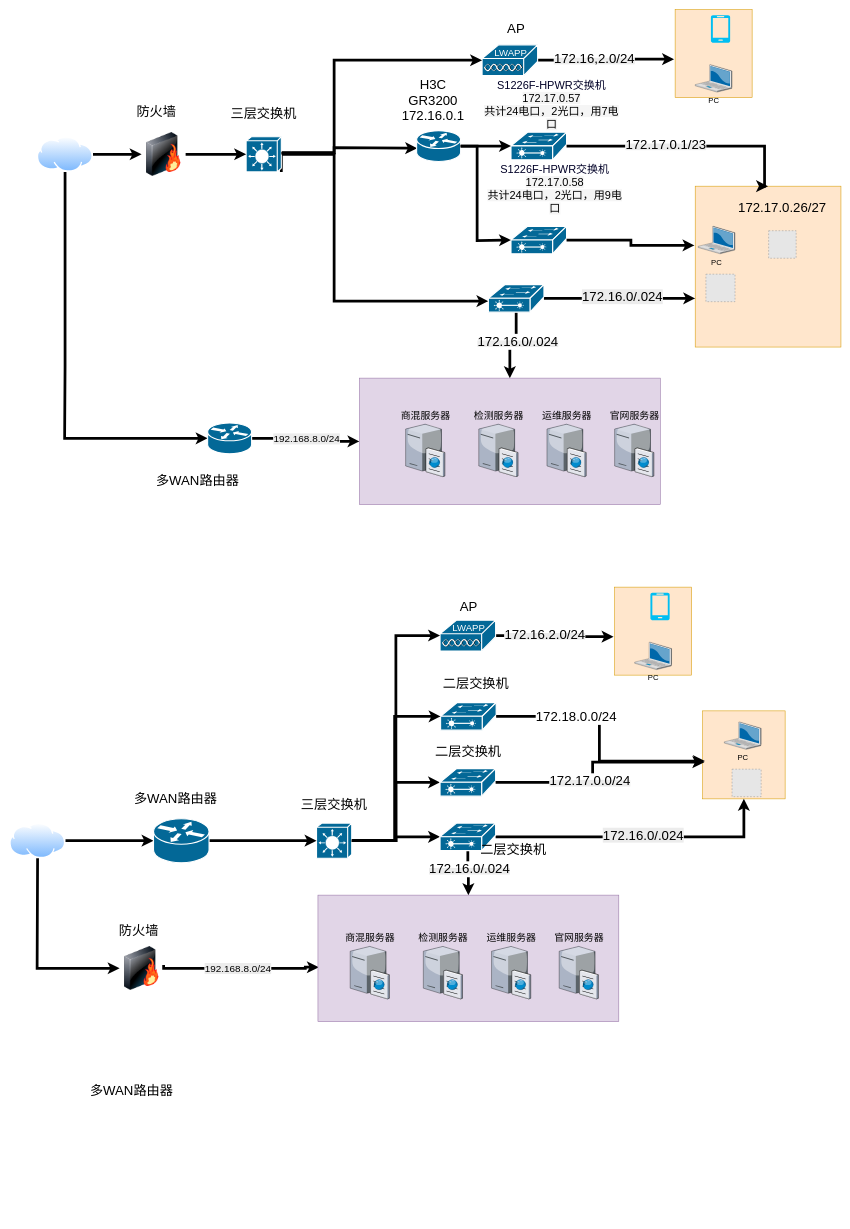
Above: 未命名绘图.drawio in NewStart2019/cardiac-segmentation (draw.io), before the change. Source tidied: cells renumbered, new cells numbered last; positions are measured from the earlier drawing's top-left corner, leaving out a move shared by most shapes. Both pictures are drawn from the tidied source at 55%, with x=0, y=0 at pixel (9, 9). Pictures stored in the file or linked from it are replaced by grey dashed boxes.
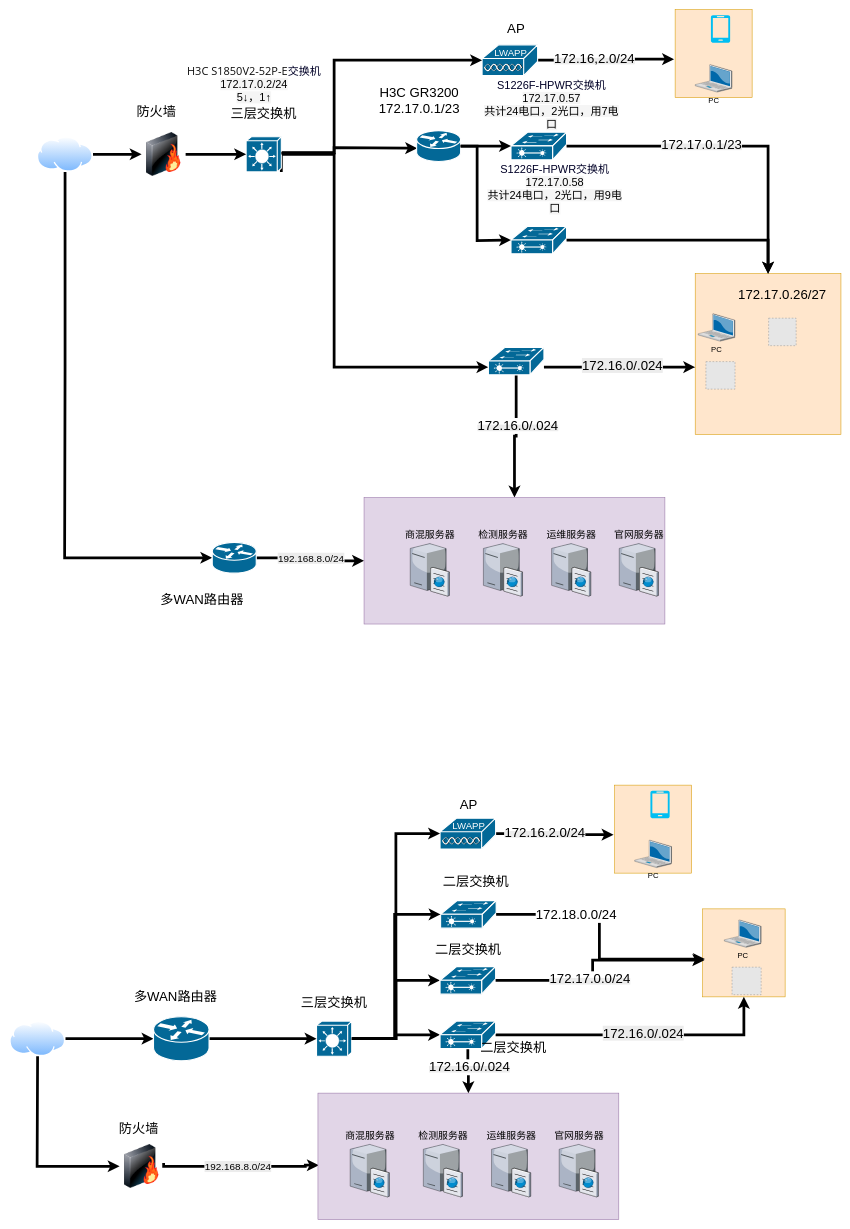
The same diagram, later.

Commit message (it also covers changes not shown here):
未命名绘图.drawio

The change refers to these unchanged cells:
```xml
<mxCell id="12" style="strokeColor=#ffffff;sketch=0;html=1;dashed=0;fillColor=#036897;strokeWidth=2;verticalLabelPosition=bottom;verticalAlign=top;align=center;outlineConnect=0;shape=mxgraph.cisco.switches.layer_3_switch;" parent="1" vertex="1">
  <mxGeometry x="430" y="231" width="64" height="64" as="geometry" />
</mxCell>
<mxCell id="15" style="strokeColor=#ffffff;sketch=0;html=1;dashed=0;fillColor=#036897;strokeWidth=2;verticalLabelPosition=bottom;verticalAlign=top;align=center;outlineConnect=0;shape=mxgraph.cisco.switches.layer_2_remote_switch;" parent="1" vertex="1">
  <mxGeometry x="911.6" y="223" width="101" height="50" as="geometry" />
</mxCell>
<mxCell id="92" style="strokeColor=#ffffff;sketch=0;html=1;dashed=0;fillColor=#036897;strokeWidth=2;verticalLabelPosition=bottom;verticalAlign=top;align=center;outlineConnect=0;shape=mxgraph.cisco.switches.layer_2_remote_switch;" parent="1" vertex="1">
  <mxGeometry x="911.6" y="394" width="101" height="50" as="geometry" />
</mxCell>
```

Diff of the diagram source:
```diff
@@
     <mxCell id="8" style="whiteSpace=wrap;html=1;fillColor=#ffe6cc;strokeColor=#d79b00;" parent="1" vertex="1">
-      <mxGeometry x="1246.5" y="321" width="265" height="292.5" as="geometry" />
+      <mxGeometry x="1246.5" y="480" width="265" height="292.5" as="geometry" />
     </mxCell>
@@
     <mxCell id="10" style="edgeStyle=orthogonalEdgeStyle;rounded=0;jettySize=auto;html=1;strokeWidth=5;" parent="1" edge="1" source="12" target="18">
       <mxGeometry relative="1" as="geometry">
         <Array as="points">
           <mxPoint x="590" y="263" />
-          <mxPoint x="590" y="530" />
+          <mxPoint x="590" y="650" />
         </Array>
       </mxGeometry>
     </mxCell>
@@
     <mxCell id="13" style="edgeStyle=orthogonalEdgeStyle;rounded=0;jettySize=auto;html=1;strokeWidth=5;" parent="1" edge="1" source="18" target="8">
       <mxGeometry relative="1" as="geometry">
         <Array as="points">
-          <mxPoint x="1160" y="525" />
-          <mxPoint x="1160" y="525" />
+          <mxPoint x="1150" y="650" />
+          <mxPoint x="1150" y="650" />
         </Array>
       </mxGeometry>
     </mxCell>
@@
     <mxCell id="18" style="strokeColor=#ffffff;sketch=0;html=1;dashed=0;fillColor=#036897;strokeWidth=2;verticalLabelPosition=bottom;verticalAlign=top;align=center;outlineConnect=0;shape=mxgraph.cisco.switches.layer_2_remote_switch;" parent="1" vertex="1">
-      <mxGeometry x="870.5" y="500" width="101" height="50" as="geometry" />
+      <mxGeometry x="870.5" y="614" width="101" height="50" as="geometry" />
     </mxCell>
@@
     <mxCell id="20" value="PC" style="verticalLabelPosition=bottom;html=1;verticalAlign=top;strokeColor=none;shape=mxgraph.citrix.laptop_2;fillColor=#66B2FF;gradientColor=#0066CC;fontSize=14;" parent="1" vertex="1">
-      <mxGeometry x="1251.9" y="394" width="67" height="50" as="geometry" />
+      <mxGeometry x="1251.9" y="553" width="67" height="50" as="geometry" />
     </mxCell>
@@
     <mxCell id="24" style="fillColor=#E6E6E6;strokeColor=#999999;dashed=1;html=1;verticalAlign=top;verticalLabelPosition=bottom;labelBackgroundColor=#ffffff;" parent="1" vertex="1">
-      <mxGeometry x="1266" y="481" width="52.9" height="50" as="geometry" />
+      <mxGeometry x="1266" y="640" width="52.9" height="50" as="geometry" />
     </mxCell>
@@
     <mxCell id="28" style="strokeColor=#ffffff;sketch=0;html=1;dashed=0;fillColor=#036897;strokeWidth=2;verticalLabelPosition=bottom;verticalAlign=top;align=center;outlineConnect=0;shape=mxgraph.cisco.routers.router;" parent="1" vertex="1">
-      <mxGeometry x="360" y="751.5" width="80" height="56" as="geometry" />
+      <mxGeometry x="368.4" y="968.6" width="80" height="56" as="geometry" />
     </mxCell>
     <mxCell id="29" style="whiteSpace=wrap;html=1;fillColor=#e1d5e7;strokeColor=#9673a6;" parent="1" vertex="1">
-      <mxGeometry x="636" y="670" width="547" height="230" as="geometry" />
+      <mxGeometry x="644.4" y="887.1" width="547" height="230" as="geometry" />
     </mxCell>
     <mxCell id="30" value="&lt;font style=&quot;font-size: 24px;&quot;&gt;多WAN路由器&lt;/font&gt;" style="text;html=1;whiteSpace=wrap;strokeColor=none;fillColor=none;align=center;verticalAlign=middle;rounded=0;" parent="1" vertex="1">
-      <mxGeometry x="261.6" y="840.5" width="160" height="30" as="geometry" />
+      <mxGeometry x="270" y="1057.6" width="160" height="30" as="geometry" />
     </mxCell>
     <mxCell id="31" value="&lt;font style=&quot;font-size: 18px&quot;&gt;商混服务器&lt;/font&gt;" style="verticalLabelPosition=top;html=1;verticalAlign=bottom;strokeColor=none;shape=mxgraph.citrix.cache_server;fillColor=#66B2FF;gradientColor=#0066CC;fontSize=14;labelPosition=center;align=center;" parent="1" vertex="1">
-      <mxGeometry x="720" y="751.5" width="71" height="97.5" as="geometry" />
+      <mxGeometry x="728.4" y="968.6" width="71" height="97.5" as="geometry" />
     </mxCell>
     <mxCell id="32" value="&lt;font style=&quot;font-size: 18px&quot;&gt;检测服务器&lt;/font&gt;" style="verticalLabelPosition=top;html=1;verticalAlign=bottom;strokeColor=none;shape=mxgraph.citrix.cache_server;fillColor=#66B2FF;gradientColor=#0066CC;fontSize=14;labelPosition=center;align=center;" parent="1" vertex="1">
-      <mxGeometry x="853" y="751.5" width="71" height="97.5" as="geometry" />
+      <mxGeometry x="861.4" y="968.6" width="71" height="97.5" as="geometry" />
     </mxCell>
     <mxCell id="33" value="&lt;font style=&quot;font-size: 18px&quot;&gt;运维服务器&lt;/font&gt;" style="verticalLabelPosition=top;html=1;verticalAlign=bottom;strokeColor=none;shape=mxgraph.citrix.cache_server;fillColor=#66B2FF;gradientColor=#0066CC;fontSize=14;labelPosition=center;align=center;" parent="1" vertex="1">
-      <mxGeometry x="977" y="751.5" width="71" height="97.5" as="geometry" />
+      <mxGeometry x="985.4" y="968.6" width="71" height="97.5" as="geometry" />
     </mxCell>
     <mxCell id="34" value="&lt;font style=&quot;font-size: 18px&quot;&gt;官网服务器&lt;/font&gt;" style="verticalLabelPosition=top;html=1;verticalAlign=bottom;strokeColor=none;shape=mxgraph.citrix.cache_server;fillColor=#66B2FF;gradientColor=#0066CC;fontSize=14;labelPosition=center;align=center;" parent="1" vertex="1">
-      <mxGeometry x="1100" y="751.5" width="71" height="97.5" as="geometry" />
+      <mxGeometry x="1108.4" y="968.6" width="71" height="97.5" as="geometry" />
     </mxCell>
@@
     <mxCell id="39" style="edgeStyle=orthogonalEdgeStyle;rounded=0;jettySize=auto;html=1;entryX=0.5;entryY=0;entryDx=0;entryDy=0;strokeWidth=5;exitX=1;exitY=0.5;exitDx=0;exitDy=0;exitPerimeter=0;" parent="1" edge="1" source="15" target="8">
       <mxGeometry relative="1" as="geometry">
         <Array as="points">
-          <mxPoint x="1372.6" y="248" />
+          <mxPoint x="1379" y="248" />
         </Array>
       </mxGeometry>
     </mxCell>
@@
     <mxCell id="41" style="edgeStyle=orthogonalEdgeStyle;rounded=0;jettySize=auto;html=1;strokeWidth=5;entryX=0;entryY=0.5;entryDx=0;entryDy=0;exitX=0.5;exitY=1;exitDx=0;exitDy=0;" parent="1" edge="1" source="42" target="48">
       <mxGeometry relative="1" as="geometry">
         <Array as="points">
-          <mxPoint x="50.8" y="1549.1" />
-          <mxPoint x="50" y="1870" />
+          <mxPoint x="50.8" y="1909.1" />
+          <mxPoint x="50" y="2230" />
         </Array>
       </mxGeometry>
     </mxCell>
     <mxCell id="42" style="perimeter=ellipsePerimeter;html=1;align=center;shadow=0;dashed=0;spacingTop=3;image;image=img/lib/active_directory/internet_cloud.svg;fontSize=18;" parent="1" vertex="1">
-      <mxGeometry y="1479" width="101.6" height="64" as="geometry" />
+      <mxGeometry y="1839" width="101.6" height="64" as="geometry" />
     </mxCell>
@@
     <mxCell id="45" style="edgeStyle=orthogonalEdgeStyle;rounded=0;jettySize=auto;html=1;strokeWidth=5;entryX=0;entryY=0.5;entryDx=0;entryDy=0;entryPerimeter=0;" parent="1" edge="1" source="42" target="67">
       <mxGeometry relative="1" as="geometry">
         <Array as="points">
-          <mxPoint x="230" y="1511" />
-          <mxPoint x="230" y="1511" />
+          <mxPoint x="230" y="1871" />
+          <mxPoint x="230" y="1871" />
         </Array>
       </mxGeometry>
     </mxCell>
     <mxCell id="46" value="&lt;span style=&quot;font-size: 24px;&quot;&gt;防火墙&lt;/span&gt;" style="text;html=1;whiteSpace=wrap;strokeColor=none;fillColor=none;align=center;verticalAlign=middle;rounded=0;" parent="1" vertex="1">
-      <mxGeometry x="190" y="1660" width="90" height="30" as="geometry" />
+      <mxGeometry x="190" y="2020" width="90" height="30" as="geometry" />
     </mxCell>
     <mxCell id="47" style="whiteSpace=wrap;html=1;fillColor=#ffe6cc;strokeColor=#d79b00;" parent="1" vertex="1">
-      <mxGeometry x="1260" y="1275" width="150" height="160" as="geometry" />
+      <mxGeometry x="1260" y="1635" width="150" height="160" as="geometry" />
     </mxCell>
     <mxCell id="48" style="image;html=1;image=img/lib/clip_art/networking/Firewall-page1_128x128.png;" parent="1" vertex="1">
-      <mxGeometry x="200" y="1703" width="80" height="80" as="geometry" />
+      <mxGeometry x="200" y="2063" width="80" height="80" as="geometry" />
     </mxCell>
@@
     <mxCell id="51" style="strokeColor=#ffffff;sketch=0;html=1;dashed=0;fillColor=#036897;strokeWidth=2;verticalLabelPosition=bottom;verticalAlign=top;align=center;outlineConnect=0;shape=mxgraph.cisco.switches.layer_3_switch;" parent="1" vertex="1">
-      <mxGeometry x="558" y="1479" width="64" height="64" as="geometry" />
+      <mxGeometry x="558" y="1839" width="64" height="64" as="geometry" />
     </mxCell>
@@
     <mxCell id="54" style="strokeColor=#ffffff;sketch=0;html=1;dashed=0;fillColor=#036897;strokeWidth=2;verticalLabelPosition=bottom;verticalAlign=top;align=center;outlineConnect=0;shape=mxgraph.cisco.switches.layer_2_remote_switch;" parent="1" vertex="1">
-      <mxGeometry x="782.6" y="1380" width="101" height="50" as="geometry" />
+      <mxGeometry x="782.6" y="1740" width="101" height="50" as="geometry" />
     </mxCell>
@@
     <mxCell id="57" style="strokeColor=#ffffff;sketch=0;html=1;dashed=0;fillColor=#036897;strokeWidth=2;verticalLabelPosition=bottom;verticalAlign=top;align=center;outlineConnect=0;shape=mxgraph.cisco.switches.layer_2_remote_switch;" parent="1" vertex="1">
-      <mxGeometry x="782.6" y="1479" width="101" height="50" as="geometry" />
+      <mxGeometry x="782.6" y="1839" width="101" height="50" as="geometry" />
     </mxCell>
@@
     <mxCell id="59" value="&lt;font style=&quot;font-size: 24px;&quot;&gt;三层交换机&lt;/font&gt;" style="text;html=1;whiteSpace=wrap;strokeColor=none;fillColor=none;align=center;verticalAlign=middle;rounded=0;" parent="1" vertex="1">
-      <mxGeometry x="520" y="1430" width="140" height="30" as="geometry" />
+      <mxGeometry x="520" y="1790" width="140" height="30" as="geometry" />
     </mxCell>
     <mxCell id="60" value="&lt;font style=&quot;font-size: 24px;&quot;&gt;二层交换机&lt;/font&gt;" style="text;html=1;whiteSpace=wrap;strokeColor=none;fillColor=none;align=center;verticalAlign=middle;rounded=0;" parent="1" vertex="1">
-      <mxGeometry x="770.1" y="1335" width="128" height="30" as="geometry" />
+      <mxGeometry x="770.1" y="1695" width="128" height="30" as="geometry" />
     </mxCell>
     <mxCell id="61" style="whiteSpace=wrap;html=1;fillColor=#ffe6cc;strokeColor=#d79b00;" parent="1" vertex="1">
-      <mxGeometry x="1100" y="1050" width="140" height="160" as="geometry" />
+      <mxGeometry x="1100" y="1410" width="140" height="160" as="geometry" />
     </mxCell>
     <mxCell id="62" style="fillColor=#E6E6E6;strokeColor=#999999;dashed=1;html=1;verticalAlign=top;verticalLabelPosition=bottom;labelBackgroundColor=#ffffff;" parent="1" vertex="1">
-      <mxGeometry x="1313.5" y="1381" width="52.9" height="50" as="geometry" />
+      <mxGeometry x="1313.5" y="1741" width="52.9" height="50" as="geometry" />
     </mxCell>
     <mxCell id="63" style="verticalLabelPosition=bottom;html=1;verticalAlign=top;align=center;strokeColor=none;fillColor=#00BEF2;shape=mxgraph.azure.mobile;fontSize=18;" parent="1" vertex="1">
-      <mxGeometry x="1165" y="1060" width="35" height="50" as="geometry" />
+      <mxGeometry x="1165" y="1420" width="35" height="50" as="geometry" />
     </mxCell>
     <mxCell id="64" value="&lt;font style=&quot;font-size: 24px;&quot;&gt;二层交换机&lt;/font&gt;" style="text;html=1;whiteSpace=wrap;strokeColor=none;fillColor=none;align=center;verticalAlign=middle;rounded=0;" parent="1" vertex="1">
-      <mxGeometry x="852.1" y="1513" width="128" height="30" as="geometry" />
+      <mxGeometry x="852.1" y="1873" width="128" height="30" as="geometry" />
     </mxCell>
     <mxCell id="65" style="edgeStyle=orthogonalEdgeStyle;rounded=0;jettySize=auto;html=1;strokeWidth=5;entryX=0.003;entryY=0.57;entryDx=0;entryDy=0;entryPerimeter=0;exitX=1;exitY=0.424;exitDx=0;exitDy=0;exitPerimeter=0;" parent="1" edge="1" source="48" target="68">
       <mxGeometry relative="1" as="geometry">
         <Array as="points">
-          <mxPoint x="280.1" y="1743.1" />
-          <mxPoint x="537.6" y="1743.1" />
+          <mxPoint x="280.1" y="2103.1" />
+          <mxPoint x="537.6" y="2103.1" />
         </Array>
       </mxGeometry>
     </mxCell>
@@
     <mxCell id="67" style="strokeColor=#ffffff;sketch=0;html=1;dashed=0;fillColor=#036897;strokeWidth=2;verticalLabelPosition=bottom;verticalAlign=top;align=center;outlineConnect=0;shape=mxgraph.cisco.routers.router;" parent="1" vertex="1">
-      <mxGeometry x="261.6" y="1471" width="101" height="80" as="geometry" />
+      <mxGeometry x="261.6" y="1831" width="101" height="80" as="geometry" />
     </mxCell>
     <mxCell id="68" style="whiteSpace=wrap;html=1;fillColor=#e1d5e7;strokeColor=#9673a6;" parent="1" vertex="1">
-      <mxGeometry x="560.6" y="1610" width="547" height="230" as="geometry" />
+      <mxGeometry x="560.6" y="1970" width="547" height="230" as="geometry" />
     </mxCell>
-    <mxCell id="69" value="&lt;font style=&quot;font-size: 24px;&quot;&gt;多WAN路由器&lt;/font&gt;" style="text;html=1;whiteSpace=wrap;strokeColor=none;fillColor=none;align=center;verticalAlign=middle;rounded=0;" parent="1" vertex="1">
-      <mxGeometry x="141.6" y="1950" width="160" height="30" as="geometry" />
-    </mxCell>
     <mxCell id="70" value="&lt;font style=&quot;font-size: 18px&quot;&gt;商混服务器&lt;/font&gt;" style="verticalLabelPosition=top;html=1;verticalAlign=bottom;strokeColor=none;shape=mxgraph.citrix.cache_server;fillColor=#66B2FF;gradientColor=#0066CC;fontSize=14;labelPosition=center;align=center;" parent="1" vertex="1">
-      <mxGeometry x="619.2" y="1701" width="71" height="97.5" as="geometry" />
+      <mxGeometry x="619.2" y="2061" width="71" height="97.5" as="geometry" />
     </mxCell>
     <mxCell id="71" value="&lt;font style=&quot;font-size: 18px&quot;&gt;检测服务器&lt;/font&gt;" style="verticalLabelPosition=top;html=1;verticalAlign=bottom;strokeColor=none;shape=mxgraph.citrix.cache_server;fillColor=#66B2FF;gradientColor=#0066CC;fontSize=14;labelPosition=center;align=center;" parent="1" vertex="1">
-      <mxGeometry x="752.2" y="1701" width="71" height="97.5" as="geometry" />
+      <mxGeometry x="752.2" y="2061" width="71" height="97.5" as="geometry" />
     </mxCell>
     <mxCell id="72" value="&lt;font style=&quot;font-size: 18px&quot;&gt;运维服务器&lt;/font&gt;" style="verticalLabelPosition=top;html=1;verticalAlign=bottom;strokeColor=none;shape=mxgraph.citrix.cache_server;fillColor=#66B2FF;gradientColor=#0066CC;fontSize=14;labelPosition=center;align=center;" parent="1" vertex="1">
-      <mxGeometry x="876.2" y="1701" width="71" height="97.5" as="geometry" />
+      <mxGeometry x="876.2" y="2061" width="71" height="97.5" as="geometry" />
     </mxCell>
     <mxCell id="73" value="&lt;font style=&quot;font-size: 18px&quot;&gt;官网服务器&lt;/font&gt;" style="verticalLabelPosition=top;html=1;verticalAlign=bottom;strokeColor=none;shape=mxgraph.citrix.cache_server;fillColor=#66B2FF;gradientColor=#0066CC;fontSize=14;labelPosition=center;align=center;" parent="1" vertex="1">
-      <mxGeometry x="999.2" y="1701" width="71" height="97.5" as="geometry" />
+      <mxGeometry x="999.2" y="2061" width="71" height="97.5" as="geometry" />
     </mxCell>
     <mxCell id="74" style="sketch=0;html=1;dashed=0;fillColor=#036897;strokeColor=#ffffff;strokeWidth=2;verticalLabelPosition=bottom;verticalAlign=top;align=center;outlineConnect=0;shape=mxgraph.cisco.misc.lightweight_ap;" parent="1" vertex="1">
-      <mxGeometry x="782.6" y="1110" width="101" height="56" as="geometry" />
+      <mxGeometry x="782.6" y="1470" width="101" height="56" as="geometry" />
     </mxCell>
@@
     <mxCell id="76" value="PC" style="verticalLabelPosition=bottom;html=1;verticalAlign=top;strokeColor=none;shape=mxgraph.citrix.laptop_2;fillColor=#66B2FF;gradientColor=#0066CC;fontSize=14;" parent="1" vertex="1">
-      <mxGeometry x="1136.5" y="1150" width="67" height="50" as="geometry" />
+      <mxGeometry x="1136.5" y="1510" width="67" height="50" as="geometry" />
     </mxCell>
     <mxCell id="77" value="&lt;font style=&quot;font-size: 24px;&quot;&gt;AP&lt;/font&gt;" style="text;html=1;whiteSpace=wrap;strokeColor=none;fillColor=none;align=center;verticalAlign=middle;rounded=0;" parent="1" vertex="1">
-      <mxGeometry x="804.6" y="1070" width="60" height="30" as="geometry" />
+      <mxGeometry x="804.6" y="1430" width="60" height="30" as="geometry" />
     </mxCell>
     <mxCell id="78" style="edgeStyle=orthogonalEdgeStyle;rounded=0;jettySize=auto;html=1;strokeWidth=5;exitX=1;exitY=0.5;exitDx=0;exitDy=0;exitPerimeter=0;entryX=0.021;entryY=0.583;entryDx=0;entryDy=0;entryPerimeter=0;" parent="1" edge="1" source="54" target="47">
       <mxGeometry relative="1" as="geometry">
         <Array as="points">
-          <mxPoint x="1060" y="1404.9" />
-          <mxPoint x="1060" y="1368.3" />
+          <mxPoint x="1060" y="1764.9" />
+          <mxPoint x="1060" y="1728.3" />
         </Array>
       </mxGeometry>
     </mxCell>
@@
     <mxCell id="80" style="strokeColor=#ffffff;sketch=0;html=1;dashed=0;fillColor=#036897;strokeWidth=2;verticalLabelPosition=bottom;verticalAlign=top;align=center;outlineConnect=0;shape=mxgraph.cisco.switches.layer_2_remote_switch;" parent="1" vertex="1">
-      <mxGeometry x="783.6" y="1260" width="101" height="50" as="geometry" />
+      <mxGeometry x="783.6" y="1620" width="101" height="50" as="geometry" />
     </mxCell>
     <mxCell id="81" value="&lt;font style=&quot;font-size: 24px;&quot;&gt;二层交换机&lt;/font&gt;" style="text;html=1;whiteSpace=wrap;strokeColor=none;fillColor=none;align=center;verticalAlign=middle;rounded=0;" parent="1" vertex="1">
-      <mxGeometry x="783.6" y="1210" width="128" height="30" as="geometry" />
+      <mxGeometry x="783.6" y="1570" width="128" height="30" as="geometry" />
     </mxCell>
     <mxCell id="82" style="edgeStyle=orthogonalEdgeStyle;rounded=0;jettySize=auto;html=1;strokeWidth=5;entryX=0;entryY=0.5;entryDx=0;entryDy=0;entryPerimeter=0;exitX=1;exitY=0.5;exitDx=0;exitDy=0;exitPerimeter=0;" parent="1" edge="1" source="51" target="80">
       <mxGeometry relative="1" as="geometry">
         <Array as="points">
-          <mxPoint x="700" y="1511.1" />
-          <mxPoint x="700" y="1285.1" />
+          <mxPoint x="700" y="1871.1" />
+          <mxPoint x="700" y="1645.1" />
         </Array>
       </mxGeometry>
     </mxCell>
     <mxCell id="83" value="PC" style="verticalLabelPosition=bottom;html=1;verticalAlign=top;strokeColor=none;shape=mxgraph.citrix.laptop_2;fillColor=#66B2FF;gradientColor=#0066CC;fontSize=14;" parent="1" vertex="1">
-      <mxGeometry x="1299.4" y="1295" width="67" height="50" as="geometry" />
+      <mxGeometry x="1299.4" y="1655" width="67" height="50" as="geometry" />
     </mxCell>
@@
     <mxCell id="86" value="&lt;font style=&quot;font-size: 24px;&quot;&gt;多WAN路由器&lt;/font&gt;" style="text;html=1;whiteSpace=wrap;strokeColor=none;fillColor=none;align=center;verticalAlign=middle;rounded=0;" parent="1" vertex="1">
-      <mxGeometry x="222.1" y="1420" width="160" height="30" as="geometry" />
+      <mxGeometry x="222.1" y="1780" width="160" height="30" as="geometry" />
     </mxCell>
@@
-    <mxCell id="89" value="&lt;font style=&quot;font-size: 24px;&quot;&gt;H3C GR3200&lt;br&gt;172.16.0.1&lt;/font&gt;" style="text;html=1;whiteSpace=wrap;strokeColor=none;fillColor=none;align=center;verticalAlign=middle;rounded=0;" parent="1" vertex="1">
-      <mxGeometry x="700" y="150" width="140" height="30" as="geometry" />
+    <mxCell id="89" value="&lt;font style=&quot;font-size: 24px;&quot;&gt;H3C GR3200&lt;br&gt;172.17.0.1/23&lt;/font&gt;" style="text;html=1;whiteSpace=wrap;strokeColor=none;fillColor=none;align=center;verticalAlign=middle;rounded=0;" parent="1" vertex="1">
+      <mxGeometry x="650" y="150" width="190" height="30" as="geometry" />
     </mxCell>
     <mxCell id="90" style="fillColor=#E6E6E6;strokeColor=#999999;dashed=1;html=1;verticalAlign=top;verticalLabelPosition=bottom;labelBackgroundColor=#dae8fc;" parent="1" vertex="1">
-      <mxGeometry x="1380" y="402" width="50" height="50" as="geometry" />
+      <mxGeometry x="1380" y="561" width="50" height="50" as="geometry" />
     </mxCell>
     <mxCell id="91" value="&lt;font style=&quot;font-size: 24px;&quot;&gt;172.17.0.26/27&lt;/font&gt;" style="text;html=1;whiteSpace=wrap;strokeColor=none;fillColor=none;align=center;verticalAlign=middle;rounded=0;" parent="1" vertex="1">
-      <mxGeometry x="1375" y="345" width="60" height="30" as="geometry" />
+      <mxGeometry x="1375" y="504" width="60" height="30" as="geometry" />
     </mxCell>
@@
-    <mxCell id="95" style="edgeStyle=orthogonalEdgeStyle;rounded=0;jettySize=auto;html=1;entryX=-0.005;entryY=0.368;entryDx=0;entryDy=0;entryPerimeter=0;strokeWidth=5;" parent="1" edge="1" source="92" target="8">
-      <mxGeometry relative="1" as="geometry" />
+    <mxCell id="95" style="edgeStyle=orthogonalEdgeStyle;rounded=0;jettySize=auto;html=1;entryX=0.5;entryY=0;entryDx=0;entryDy=0;strokeWidth=5;" parent="1" edge="1" source="92" target="8">
+      <mxGeometry relative="1" as="geometry">
+        <Array as="points">
+          <mxPoint x="1379" y="419" />
+        </Array>
+      </mxGeometry>
     </mxCell>
+    <mxCell id="96" value="&lt;font style=&quot;&quot;&gt;&lt;span&gt;&lt;span style=&quot;color: rgb(13, 13, 13); font-family: &amp;quot;Microsoft YaHei&amp;quot;, &amp;quot;Segoe UI&amp;quot;, system-ui, Roboto, &amp;quot;Noto Sans SC&amp;quot;, &amp;quot;Helvetica Neue&amp;quot;, Arial, sans-serif; text-align: start; white-space: pre-line;&quot;&gt;&lt;font style=&quot;font-size: 20px;&quot;&gt;H3C S1850V2-52P-E&lt;/font&gt;&lt;/span&gt;&lt;span style=&quot;font-size: 20px; font-family: 微软雅黑, HPRegular; text-align: left;&quot;&gt;&lt;font&gt;交换机&lt;br&gt;&lt;/font&gt;&lt;/span&gt;&lt;/span&gt;&lt;span style=&quot;font-size: 20px; color: rgb(0, 0, 0); font-family: &amp;quot;Trebuchet MS&amp;quot;, Arial, Helvetica, Verdana, &amp;quot;sans-serif&amp;quot;; text-align: left; background-color: rgb(245, 245, 245);&quot;&gt;&lt;font style=&quot;&quot;&gt;172.17.0.2/24&lt;br&gt;&lt;/font&gt;5&lt;b&gt;↓&lt;/b&gt;，1↑&lt;/span&gt;&lt;/font&gt;&lt;span style=&quot;font-family: 微软雅黑, HPRegular; font-size: 20px; text-align: left;&quot;&gt;&lt;/span&gt;" style="text;html=1;whiteSpace=wrap;strokeColor=none;fillColor=none;align=center;verticalAlign=middle;rounded=0;fontColor=light-dark(#000027, #ffdada);" parent="1" vertex="1">
+      <mxGeometry x="312.1" y="120" width="265" height="30" as="geometry" />
+    </mxCell>
```
